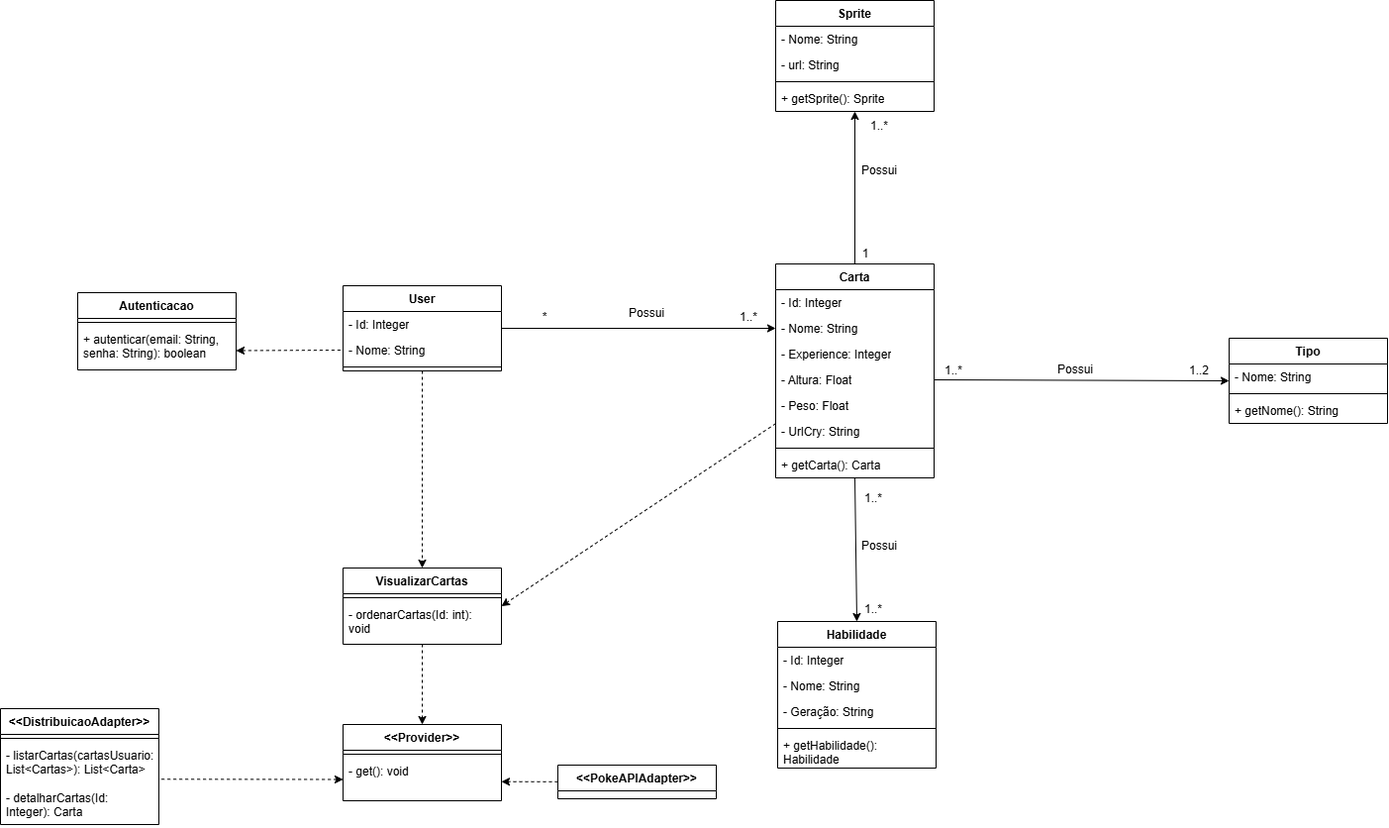
Before: docs/DiagramadeClasses.png, a diagram exported from draw.io (S03-2026-2/S03-Visualizar_Cartas). Source tidied: cells renumbered, new cells last; positions are measured from the earlier drawing's top-left corner, leaving out a move shared by most shapes.
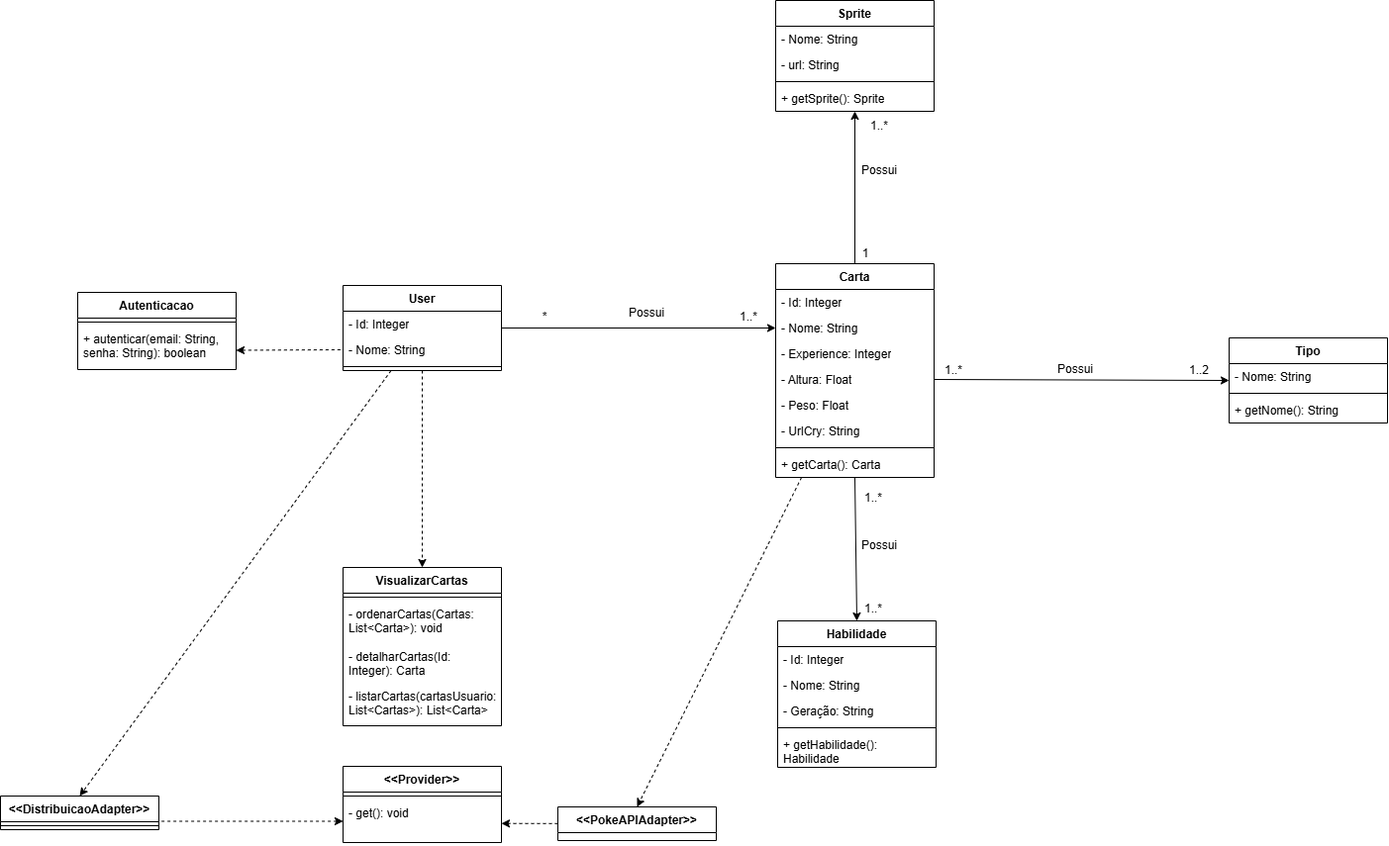
The same file after the commit.

Commit message:
docs: arrumando as ligações do Diagrama de Classes

What changed in the source:
```diff
@@ -8,6 +8,9 @@
     <mxCell id="3" style="edgeStyle=none;shape=connector;rounded=0;jettySize=auto;html=1;exitX=0.5;exitY=1;exitDx=0;exitDy=0;entryX=0.5;entryY=0;entryDx=0;entryDy=0;dashed=1;strokeColor=default;align=center;verticalAlign=middle;fontFamily=Helvetica;fontSize=11;fontColor=default;labelBackgroundColor=default;endArrow=classic;endFill=1;" parent="1" edge="1" source="4" target="49">
       <mxGeometry relative="1" as="geometry" />
     </mxCell>
+    <mxCell id="66" style="edgeStyle=none;shape=connector;rounded=0;jettySize=auto;html=1;entryX=0.5;entryY=0;entryDx=0;entryDy=0;dashed=1;strokeColor=default;align=center;verticalAlign=middle;fontFamily=Helvetica;fontSize=11;fontColor=default;labelBackgroundColor=default;endArrow=classic;endFill=1;" parent="1" edge="1" source="4" target="57">
+      <mxGeometry relative="1" as="geometry" />
+    </mxCell>
     <mxCell id="4" value="User" style="swimlane;fontStyle=1;align=center;verticalAlign=top;horizontal=1;startSize=26;whiteSpace=wrap;html=1;" parent="1" vertex="1">
       <mxGeometry x="346" y="288" width="160" height="86" as="geometry" />
     </mxCell>
@@ -23,7 +26,7 @@
     <mxCell id="8" style="shape=connector;rounded=0;jettySize=auto;html=1;strokeColor=default;align=center;verticalAlign=middle;fontFamily=Helvetica;fontSize=11;fontColor=default;labelBackgroundColor=default;endArrow=classic;endFill=1;exitX=0.5;exitY=1;exitDx=0;exitDy=0;entryX=0.5;entryY=0;entryDx=0;entryDy=0;" parent="1" edge="1" source="10" target="22">
       <mxGeometry relative="1" as="geometry" />
     </mxCell>
-    <mxCell id="9" style="edgeStyle=none;shape=connector;rounded=0;jettySize=auto;html=1;entryX=1;entryY=0.5;entryDx=0;entryDy=0;dashed=1;strokeColor=default;align=center;verticalAlign=middle;fontFamily=Helvetica;fontSize=11;fontColor=default;labelBackgroundColor=default;endArrow=classic;endFill=1;" parent="1" edge="1" source="10" target="49">
+    <mxCell id="9" style="edgeStyle=none;shape=connector;rounded=0;jettySize=auto;html=1;entryX=0.5;entryY=0;entryDx=0;entryDy=0;dashed=1;strokeColor=default;align=center;verticalAlign=middle;fontFamily=Helvetica;fontSize=11;fontColor=default;labelBackgroundColor=default;endArrow=classic;endFill=1;" parent="1" edge="1" source="10" target="53">
       <mxGeometry relative="1" as="geometry" />
     </mxCell>
     <mxCell id="10" value="Carta" style="swimlane;fontStyle=1;align=center;verticalAlign=top;horizontal=1;startSize=26;whiteSpace=wrap;html=1;" parent="1" vertex="1">
@@ -140,23 +143,31 @@
     <mxCell id="47" value="Possui" style="text;html=1;whiteSpace=wrap;strokeColor=none;fillColor=none;align=center;verticalAlign=middle;rounded=0;" parent="1" vertex="1">
       <mxGeometry x="1056" y="358" width="60" height="30" as="geometry" />
     </mxCell>
-    <mxCell id="48" style="shape=connector;rounded=0;jettySize=auto;html=1;entryX=0.5;entryY=0;entryDx=0;entryDy=0;strokeColor=default;align=center;verticalAlign=middle;fontFamily=Helvetica;fontSize=11;fontColor=default;labelBackgroundColor=default;endArrow=classic;endFill=1;dashed=1;" parent="1" edge="1" source="49" target="63">
-      <mxGeometry relative="1" as="geometry" />
+    <mxCell id="48" style="shape=connector;rounded=0;jettySize=auto;html=1;entryX=0.5;entryY=0;entryDx=0;entryDy=0;strokeColor=default;align=center;verticalAlign=middle;fontFamily=Helvetica;fontSize=11;fontColor=default;labelBackgroundColor=default;endArrow=classic;endFill=1;dashed=1;" parent="1" edge="1" target="63">
+      <mxGeometry relative="1" as="geometry">
+        <mxPoint x="426" y="776" as="sourcePoint" />
+      </mxGeometry>
     </mxCell>
     <mxCell id="49" value="VisualizarCartas" style="swimlane;fontStyle=1;align=center;verticalAlign=top;horizontal=1;startSize=26;whiteSpace=wrap;html=1;" parent="1" vertex="1">
-      <mxGeometry x="346" y="573" width="160" height="77" as="geometry" />
+      <mxGeometry x="346" y="573" width="160" height="160" as="geometry" />
     </mxCell>
     <mxCell id="50" style="line;strokeWidth=1;fillColor=none;align=left;verticalAlign=middle;spacingTop=-1;spacingLeft=3;spacingRight=3;labelPosition=right;strokeColor=inherit;" parent="49" vertex="1">
       <mxGeometry y="26" width="160" height="8" as="geometry" />
     </mxCell>
-    <mxCell id="51" value="- ordenarCartas(Id: int): void" style="text;strokeColor=none;fillColor=none;align=left;verticalAlign=top;spacingLeft=4;spacingRight=4;overflow=hidden;whiteSpace=wrap;html=1;" parent="49" vertex="1">
+    <mxCell id="51" value="- ordenarCartas(Cartas: List&amp;lt;Carta&amp;gt;): void" style="text;strokeColor=none;fillColor=none;align=left;verticalAlign=top;spacingLeft=4;spacingRight=4;overflow=hidden;whiteSpace=wrap;html=1;" parent="49" vertex="1">
       <mxGeometry y="34" width="160" height="43" as="geometry" />
     </mxCell>
+    <mxCell id="60" value="- detalharCartas(Id: Integer): Carta" style="text;strokeColor=none;fillColor=none;align=left;verticalAlign=top;spacingLeft=4;spacingRight=4;overflow=hidden;whiteSpace=wrap;html=1;" parent="49" vertex="1">
+      <mxGeometry y="77" width="160" height="40" as="geometry" />
+    </mxCell>
+    <mxCell id="59" value="- listarCartas(cartasUsuario: List&amp;lt;Cartas&amp;gt;): List&amp;lt;Carta&amp;gt;" style="text;strokeColor=none;fillColor=none;align=left;verticalAlign=top;spacingLeft=4;spacingRight=4;overflow=hidden;points=[[0,0.5],[1,0.5]];portConstraint=eastwest;whiteSpace=wrap;html=1;" parent="49" vertex="1">
+      <mxGeometry y="117" width="160" height="43" as="geometry" />
+    </mxCell>
     <mxCell id="52" style="shape=connector;rounded=0;jettySize=auto;html=1;entryX=1;entryY=0.75;entryDx=0;entryDy=0;strokeColor=default;align=center;verticalAlign=middle;fontFamily=Helvetica;fontSize=11;fontColor=default;labelBackgroundColor=default;endArrow=classic;endFill=1;dashed=1;" parent="1" edge="1" source="53" target="63">
       <mxGeometry relative="1" as="geometry" />
     </mxCell>
     <mxCell id="53" value="&amp;lt;&amp;lt;PokeAPIAdapter&amp;gt;&amp;gt;" style="swimlane;fontStyle=1;align=center;verticalAlign=top;horizontal=1;startSize=26;whiteSpace=wrap;html=1;" parent="1" vertex="1">
-      <mxGeometry x="563" y="772" width="160" height="34" as="geometry" />
+      <mxGeometry x="563" y="815" width="160" height="34" as="geometry" />
     </mxCell>
     <mxCell id="54" value="Autenticacao" style="swimlane;fontStyle=1;align=center;verticalAlign=top;horizontal=1;startSize=26;whiteSpace=wrap;html=1;" parent="1" vertex="1">
       <mxGeometry x="78" y="295" width="160" height="78" as="geometry" />
@@ -168,25 +179,19 @@
       <mxGeometry y="34" width="160" height="44" as="geometry" />
     </mxCell>
     <mxCell id="57" value="&amp;lt;&amp;lt;DistribuicaoAdapter&amp;gt;&amp;gt;" style="swimlane;fontStyle=1;align=center;verticalAlign=top;horizontal=1;startSize=26;whiteSpace=wrap;html=1;" parent="1" vertex="1">
-      <mxGeometry y="715" width="160" height="117" as="geometry" />
+      <mxGeometry y="804" width="160" height="34" as="geometry" />
     </mxCell>
     <mxCell id="58" style="line;strokeWidth=1;fillColor=none;align=left;verticalAlign=middle;spacingTop=-1;spacingLeft=3;spacingRight=3;labelPosition=right;strokeColor=inherit;" parent="57" vertex="1">
       <mxGeometry y="26" width="160" height="8" as="geometry" />
     </mxCell>
-    <mxCell id="59" value="- listarCartas(cartasUsuario: List&amp;lt;Cartas&amp;gt;): List&amp;lt;Carta&amp;gt;" style="text;strokeColor=none;fillColor=none;align=left;verticalAlign=top;spacingLeft=4;spacingRight=4;overflow=hidden;points=[[0,0.5],[1,0.5]];portConstraint=eastwest;whiteSpace=wrap;html=1;" parent="57" vertex="1">
-      <mxGeometry y="34" width="160" height="43" as="geometry" />
-    </mxCell>
-    <mxCell id="60" value="- detalharCartas(Id: Integer): Carta" style="text;strokeColor=none;fillColor=none;align=left;verticalAlign=top;spacingLeft=4;spacingRight=4;overflow=hidden;whiteSpace=wrap;html=1;" parent="57" vertex="1">
-      <mxGeometry y="77" width="160" height="40" as="geometry" />
-    </mxCell>
-    <mxCell id="61" style="shape=connector;rounded=0;jettySize=auto;html=1;strokeColor=default;align=center;verticalAlign=middle;fontFamily=Helvetica;fontSize=11;fontColor=default;labelBackgroundColor=default;endArrow=none;endFill=0;startArrow=classic;startFill=1;dashed=1;entryX=1.008;entryY=0.866;entryDx=0;entryDy=0;entryPerimeter=0;exitX=0;exitY=0.5;exitDx=0;exitDy=0;" parent="1" edge="1" source="65" target="59">
+    <mxCell id="61" style="shape=connector;rounded=0;jettySize=auto;html=1;strokeColor=default;align=center;verticalAlign=middle;fontFamily=Helvetica;fontSize=11;fontColor=default;labelBackgroundColor=default;endArrow=none;endFill=0;startArrow=classic;startFill=1;dashed=1;entryX=1;entryY=0.75;entryDx=0;entryDy=0;exitX=0;exitY=0.5;exitDx=0;exitDy=0;" parent="1" edge="1" source="65" target="57">
       <mxGeometry relative="1" as="geometry" />
     </mxCell>
     <mxCell id="62" style="shape=connector;rounded=0;jettySize=auto;html=1;strokeColor=default;align=center;verticalAlign=middle;fontFamily=Helvetica;fontSize=11;fontColor=default;labelBackgroundColor=default;endArrow=none;endFill=0;startArrow=classic;startFill=1;dashed=1;exitX=1;exitY=0.75;exitDx=0;exitDy=0;entryX=0;entryY=0.5;entryDx=0;entryDy=0;" parent="1" edge="1" source="54" target="6">
       <mxGeometry relative="1" as="geometry" />
     </mxCell>
     <mxCell id="63" value="&amp;lt;&amp;lt;Provider&amp;gt;&amp;gt;" style="swimlane;fontStyle=1;align=center;verticalAlign=top;horizontal=1;startSize=26;whiteSpace=wrap;html=1;" parent="1" vertex="1">
-      <mxGeometry x="346" y="731" width="160" height="77" as="geometry" />
+      <mxGeometry x="346" y="774" width="160" height="77" as="geometry" />
     </mxCell>
     <mxCell id="64" style="line;strokeWidth=1;fillColor=none;align=left;verticalAlign=middle;spacingTop=-1;spacingLeft=3;spacingRight=3;labelPosition=right;strokeColor=inherit;" parent="63" vertex="1">
       <mxGeometry y="26" width="160" height="8" as="geometry" />
```
